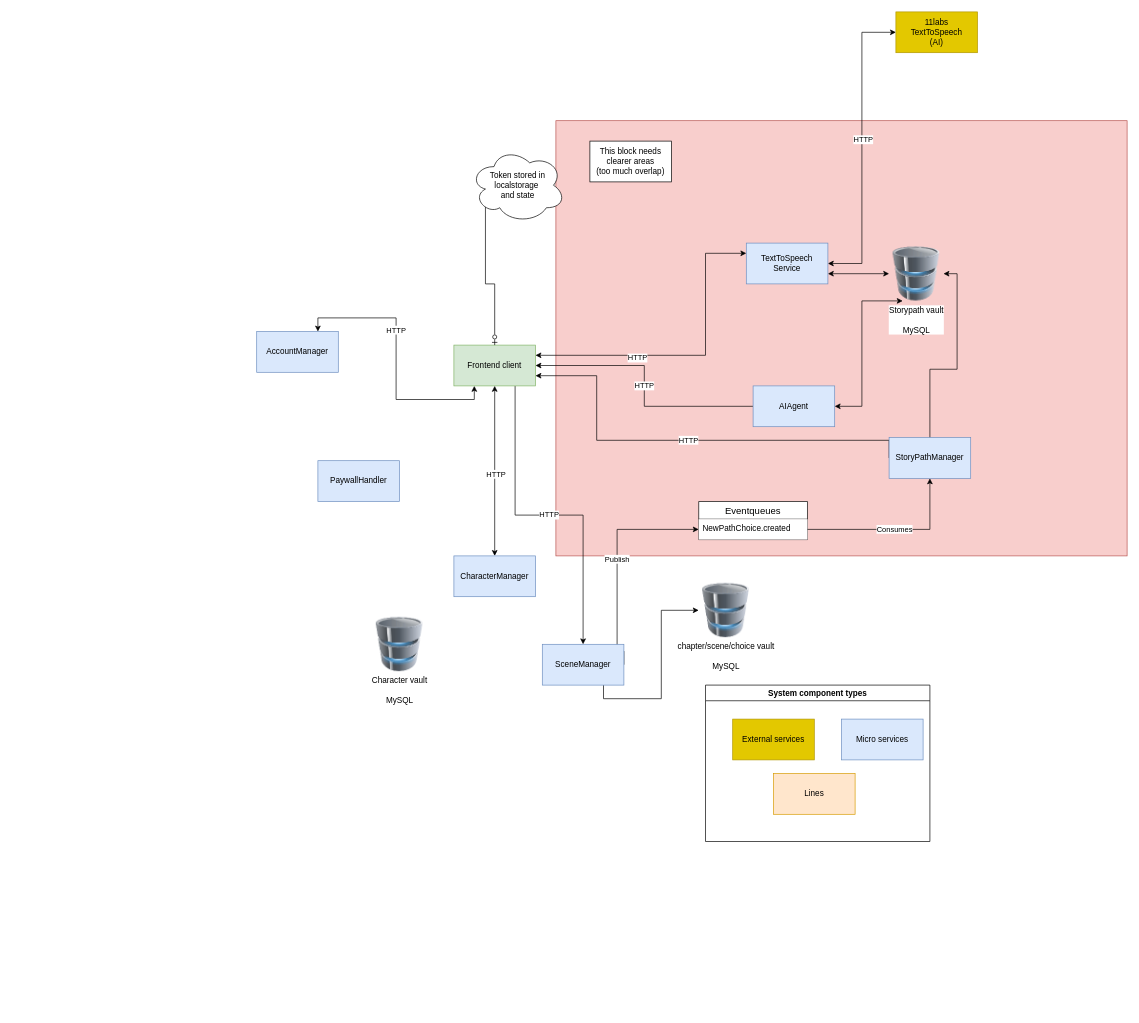
Above: architecture diagram.drawio in Grupp2B-Spam/RPG_Choose_Your_Fate_Sem2 (draw.io), before the change. Source tidied: cells renumbered, new cells numbered last; positions are measured from the earlier drawing's top-left corner, leaving out a move shared by most shapes. Both pictures are drawn from the tidied source at 68%, with x=0, y=0 at pixel (256, 12).
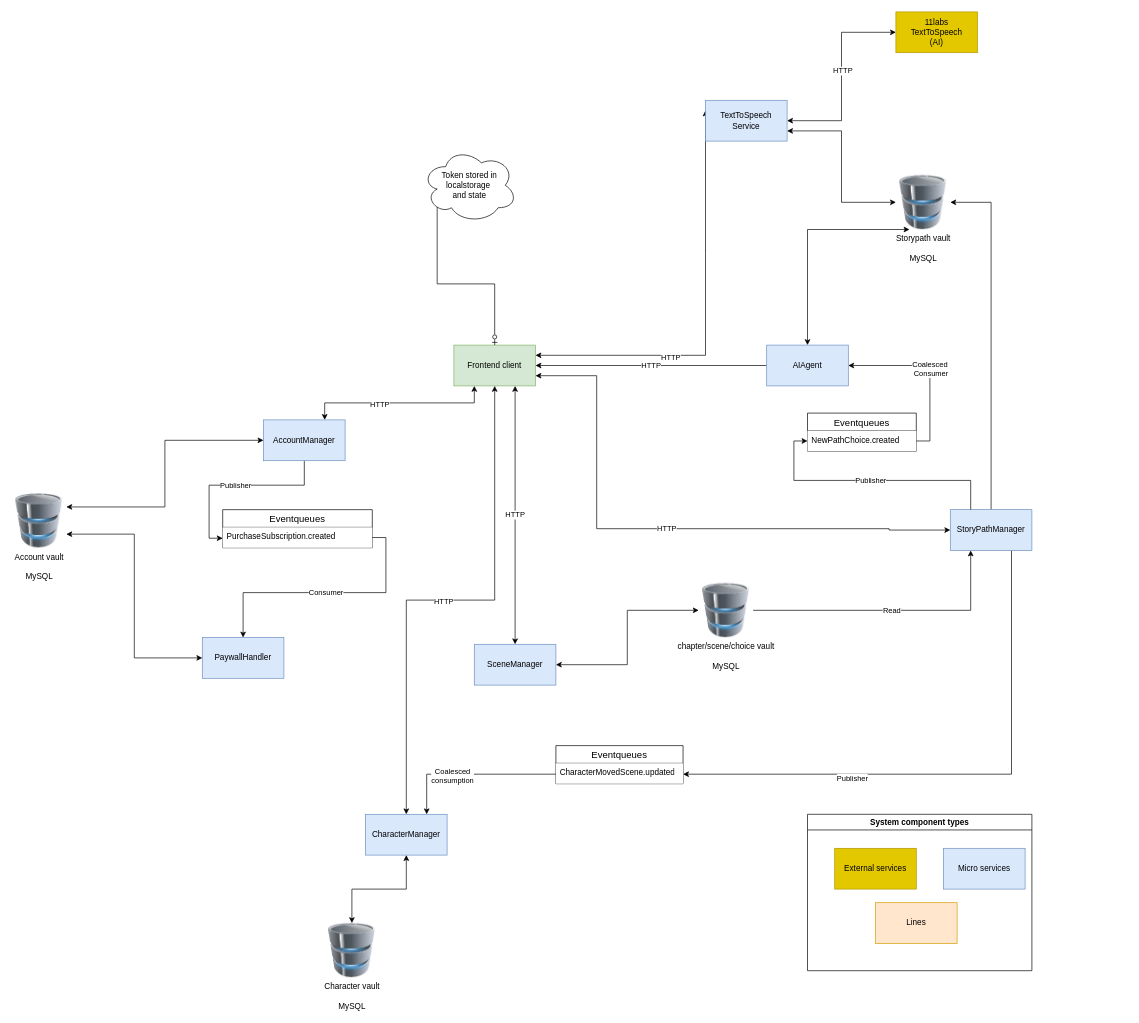
Above is the later version.

Unchanged cells that the change refers to:
```xml
<mxCell id="6" value="Frontend client" style="rounded=0;whiteSpace=wrap;html=1;fillColor=#d5e8d4;strokeColor=#82b366;" parent="1" vertex="1">
  <mxGeometry x="290" y="490" width="120" height="60" as="geometry" />
</mxCell>
<mxCell id="34" value="NewPathChoice.created" style="text;spacingLeft=4;spacingRight=4;overflow=hidden;points=[[0,0.5],[1,0.5]];portConstraint=eastwest;fontSize=12;whiteSpace=wrap;html=1;fillColor=default;" parent="33" vertex="1">
  <mxGeometry y="26" width="160" height="30" as="geometry" />
</mxCell>
```

The edit, as a diff of the source:
```diff
@@
-    <mxCell id="2" style="rounded=0;whiteSpace=wrap;html=1;fillColor=#f8cecc;strokeColor=#b85450;" parent="1" vertex="1">
-      <mxGeometry x="440" y="160" width="840" height="640" as="geometry" />
-    </mxCell>
@@
-    <mxCell id="5" value="HTTP" style="edgeStyle=orthogonalEdgeStyle;rounded=0;jettySize=auto;html=1;exitX=0.75;exitY=1;exitDx=0;exitDy=0;entryX=0.5;entryY=0;entryDx=0;entryDy=0;" parent="1" edge="1" source="6" target="17">
+    <mxCell id="5" value="HTTP" style="edgeStyle=orthogonalEdgeStyle;rounded=0;jettySize=auto;html=1;exitX=0.75;exitY=1;exitDx=0;exitDy=0;entryX=0.5;entryY=0;entryDx=0;entryDy=0;startArrow=classic;startFill=1;" parent="1" edge="1" source="6" target="17">
       <mxGeometry relative="1" as="geometry" />
     </mxCell>
@@
     <mxCell id="7" value="System component types" style="swimlane;whiteSpace=wrap;html=1;" parent="1" vertex="1">
-      <mxGeometry x="660" y="990" width="330" height="230" as="geometry" />
+      <mxGeometry x="810" y="1180" width="330" height="230" as="geometry" />
     </mxCell>
@@
+    <mxCell id="41" value="Publisher" style="edgeStyle=orthogonalEdgeStyle;rounded=0;jettySize=auto;html=1;exitX=0.5;exitY=1;exitDx=0;exitDy=0;entryX=0;entryY=0.75;entryDx=0;entryDy=0;" parent="1" edge="1" source="11" target="47">
+      <mxGeometry relative="1" as="geometry" />
+    </mxCell>
     <mxCell id="11" value="AccountManager" style="rounded=0;whiteSpace=wrap;html=1;fillColor=#dae8fc;strokeColor=#6c8ebf;" parent="1" vertex="1">
-      <mxGeometry y="470" width="120" height="60" as="geometry" />
+      <mxGeometry x="10" y="600" width="120" height="60" as="geometry" />
     </mxCell>
@@
     <mxCell id="14" value="CharacterManager" style="rounded=0;whiteSpace=wrap;html=1;fillColor=#dae8fc;strokeColor=#6c8ebf;" parent="1" vertex="1">
-      <mxGeometry x="290" y="800" width="120" height="60" as="geometry" />
+      <mxGeometry x="160" y="1180" width="120" height="60" as="geometry" />
     </mxCell>
-    <mxCell id="15" value="Publish" style="edgeStyle=orthogonalEdgeStyle;rounded=0;jettySize=auto;html=1;exitX=1;exitY=0.5;exitDx=0;exitDy=0;entryX=0;entryY=0.5;entryDx=0;entryDy=0;" parent="1" edge="1" source="17" target="34">
-      <mxGeometry relative="1" as="geometry">
-        <Array as="points">
-          <mxPoint x="530" y="940" />
-          <mxPoint x="530" y="761" />
-        </Array>
-      </mxGeometry>
-    </mxCell>
-    <mxCell id="16" style="edgeStyle=orthogonalEdgeStyle;rounded=0;jettySize=auto;html=1;exitX=0.75;exitY=1;exitDx=0;exitDy=0;entryX=0;entryY=0.5;entryDx=0;entryDy=0;" parent="1" edge="1" source="17" target="39">
+    <mxCell id="16" style="edgeStyle=orthogonalEdgeStyle;rounded=0;jettySize=auto;html=1;exitX=1;exitY=0.5;exitDx=0;exitDy=0;entryX=0;entryY=0.5;entryDx=0;entryDy=0;startArrow=classic;startFill=1;endArrow=classic;endFill=1;" parent="1" edge="1" source="17" target="39">
       <mxGeometry relative="1" as="geometry" />
     </mxCell>
     <mxCell id="17" value="SceneManager" style="rounded=0;whiteSpace=wrap;html=1;fillColor=#dae8fc;strokeColor=#6c8ebf;" parent="1" vertex="1">
-      <mxGeometry x="420" y="930" width="120" height="60" as="geometry" />
+      <mxGeometry x="320" y="930" width="120" height="60" as="geometry" />
     </mxCell>
@@
-    <mxCell id="19" value="HTTP" style="edgeStyle=orthogonalEdgeStyle;rounded=0;jettySize=auto;html=1;exitX=0;exitY=0.5;exitDx=0;exitDy=0;entryX=1;entryY=0.75;entryDx=0;entryDy=0;" parent="1" edge="1" source="20" target="6">
+    <mxCell id="19" value="HTTP" style="edgeStyle=orthogonalEdgeStyle;rounded=0;jettySize=auto;html=1;exitX=0;exitY=0.5;exitDx=0;exitDy=0;entryX=1;entryY=0.75;entryDx=0;entryDy=0;startArrow=classic;startFill=1;" parent="1" edge="1" source="20" target="6">
       <mxGeometry relative="1" as="geometry">
         <Array as="points">
-          <mxPoint x="500" y="630" />
+          <mxPoint x="930" y="762" />
+          <mxPoint x="930" y="760" />
+          <mxPoint x="500" y="760" />
           <mxPoint x="500" y="535" />
         </Array>
       </mxGeometry>
     </mxCell>
+    <mxCell id="42" value="Read" style="edgeStyle=orthogonalEdgeStyle;rounded=0;jettySize=auto;html=1;exitX=0.25;exitY=1;exitDx=0;exitDy=0;entryX=1;entryY=0.5;entryDx=0;entryDy=0;endArrow=none;endFill=0;startArrow=classic;startFill=1;" parent="1" edge="1" source="20" target="39">
+      <mxGeometry relative="1" as="geometry" />
+    </mxCell>
+    <mxCell id="43" style="edgeStyle=orthogonalEdgeStyle;rounded=0;jettySize=auto;html=1;exitX=0.75;exitY=1;exitDx=0;exitDy=0;entryX=1;entryY=0.75;entryDx=0;entryDy=0;" parent="1" edge="1" source="20" target="55">
+      <mxGeometry relative="1" as="geometry" />
+    </mxCell>
+    <mxCell id="44" value="Publisher" style="edgeLabel;html=1;align=center;verticalAlign=middle;" parent="43" vertex="1">
+      <mxGeometry x="0.39" y="5" relative="1" as="geometry" />
+    </mxCell>
     <mxCell id="20" value="StoryPathManager" style="rounded=0;whiteSpace=wrap;html=1;fillColor=#dae8fc;strokeColor=#6c8ebf;" parent="1" vertex="1">
-      <mxGeometry x="930" y="626" width="120" height="60" as="geometry" />
+      <mxGeometry x="1020" y="732" width="120" height="60" as="geometry" />
     </mxCell>
+    <mxCell id="45" style="edgeStyle=orthogonalEdgeStyle;rounded=0;jettySize=auto;html=1;exitX=0;exitY=0.5;exitDx=0;exitDy=0;entryX=1;entryY=0.75;entryDx=0;entryDy=0;startArrow=classic;startFill=1;" parent="1" edge="1" source="21" target="51">
+      <mxGeometry relative="1" as="geometry" />
+    </mxCell>
     <mxCell id="21" value="PaywallHandler" style="rounded=0;whiteSpace=wrap;html=1;fillColor=#dae8fc;strokeColor=#6c8ebf;" parent="1" vertex="1">
-      <mxGeometry x="90" y="660" width="120" height="60" as="geometry" />
+      <mxGeometry x="-80" y="920" width="120" height="60" as="geometry" />
     </mxCell>
-    <mxCell id="22" style="edgeStyle=orthogonalEdgeStyle;rounded=0;jettySize=auto;html=1;exitX=0.25;exitY=1;exitDx=0;exitDy=0;entryX=1;entryY=0.5;entryDx=0;entryDy=0;startArrow=classic;startFill=1;" parent="1" edge="1" source="23" target="36">
+    <mxCell id="22" style="edgeStyle=orthogonalEdgeStyle;rounded=0;jettySize=auto;html=1;exitX=0.25;exitY=1;exitDx=0;exitDy=0;startArrow=classic;startFill=1;entryX=0.5;entryY=0;entryDx=0;entryDy=0;" parent="1" edge="1" source="23" target="36">
       <mxGeometry relative="1" as="geometry">
         <Array as="points">
-          <mxPoint x="890" y="425" />
-          <mxPoint x="890" y="580" />
+          <mxPoint x="810" y="320" />
         </Array>
       </mxGeometry>
     </mxCell>
     <mxCell id="23" value="Storypath vault&lt;div&gt;&lt;br&gt;&lt;/div&gt;&lt;div&gt;MySQL&lt;/div&gt;" style="image;html=1;image=img/lib/clip_art/computers/Database_128x128.png;" parent="1" vertex="1">
-      <mxGeometry x="930" y="345" width="80" height="80" as="geometry" />
+      <mxGeometry x="940" y="240" width="80" height="80" as="geometry" />
     </mxCell>
@@
     <mxCell id="30" value="TextToSpeech Service" style="rounded=0;whiteSpace=wrap;html=1;fillColor=#dae8fc;strokeColor=#6c8ebf;" parent="1" vertex="1">
-      <mxGeometry x="720" y="340" width="120" height="60" as="geometry" />
+      <mxGeometry x="660" y="130" width="120" height="60" as="geometry" />
     </mxCell>
@@
     <mxCell id="32" value="Token stored in localstorage&amp;nbsp;&lt;div&gt;and state&lt;/div&gt;" style="ellipse;shape=cloud;whiteSpace=wrap;html=1;rounded=0;" parent="1" vertex="1">
-      <mxGeometry x="314" y="200" width="140" height="110" as="geometry" />
+      <mxGeometry x="243" y="200" width="140" height="110" as="geometry" />
     </mxCell>
     <mxCell id="33" value="Eventqueues" style="swimlane;fontStyle=0;horizontal=1;startSize=26;align=center;fontSize=14;" parent="1" vertex="1">
-      <mxGeometry x="650" y="720" width="160" height="56" as="geometry" />
+      <mxGeometry x="810" y="590" width="160" height="56" as="geometry" />
     </mxCell>
@@
     <mxCell id="36" value="AIAgent" style="rounded=0;whiteSpace=wrap;html=1;fillColor=#dae8fc;strokeColor=#6c8ebf;" parent="1" vertex="1">
-      <mxGeometry x="730" y="550" width="120" height="60" as="geometry" />
+      <mxGeometry x="750" y="490" width="120" height="60" as="geometry" />
     </mxCell>
+    <mxCell id="46" style="edgeStyle=orthogonalEdgeStyle;rounded=0;jettySize=auto;html=1;exitX=0.5;exitY=0;exitDx=0;exitDy=0;entryX=0.5;entryY=1;entryDx=0;entryDy=0;startArrow=classic;startFill=1;" parent="1" edge="1" source="37" target="14">
+      <mxGeometry relative="1" as="geometry" />
+    </mxCell>
     <mxCell id="37" value="Character vault&lt;div&gt;&lt;br&gt;&lt;/div&gt;&lt;div&gt;MySQL&lt;/div&gt;" style="image;html=1;image=img/lib/clip_art/computers/Database_128x128.png;" parent="1" vertex="1">
-      <mxGeometry x="170" y="890" width="80" height="80" as="geometry" />
+      <mxGeometry x="100" y="1340" width="80" height="80" as="geometry" />
     </mxCell>
+    <mxCell id="39" value="chapter/scene/choice vault&lt;div&gt;&lt;br&gt;&lt;/div&gt;&lt;div&gt;MySQL&lt;/div&gt;" style="image;html=1;image=img/lib/clip_art/computers/Database_128x128.png;" parent="1" vertex="1">
+      <mxGeometry x="650" y="840" width="80" height="80" as="geometry" />
+    </mxCell>
+    <mxCell id="47" value="Eventqueues" style="swimlane;fontStyle=0;horizontal=1;startSize=26;align=center;fontSize=14;" parent="1" vertex="1">
+      <mxGeometry x="-50" y="732" width="220" height="56" as="geometry" />
+    </mxCell>
+    <mxCell id="48" value="PurchaseSubscription.created" style="text;spacingLeft=4;spacingRight=4;overflow=hidden;points=[[0,0.5],[1,0.5]];portConstraint=eastwest;fontSize=12;whiteSpace=wrap;html=1;fillColor=default;" parent="47" vertex="1">
+      <mxGeometry y="26" width="220" height="30" as="geometry" />
+    </mxCell>
+    <mxCell id="49" value="Consumer" style="edgeStyle=orthogonalEdgeStyle;rounded=0;jettySize=auto;html=1;exitX=1;exitY=0.5;exitDx=0;exitDy=0;entryX=0.5;entryY=0;entryDx=0;entryDy=0;" parent="1" edge="1" source="48" target="21">
+      <mxGeometry relative="1" as="geometry" />
+    </mxCell>
+    <mxCell id="50" style="edgeStyle=orthogonalEdgeStyle;rounded=0;jettySize=auto;html=1;exitX=1;exitY=0.25;exitDx=0;exitDy=0;entryX=0;entryY=0.5;entryDx=0;entryDy=0;startArrow=classic;startFill=1;" parent="1" edge="1" source="51" target="11">
+      <mxGeometry relative="1" as="geometry" />
+    </mxCell>
+    <mxCell id="51" value="Account vault&lt;div&gt;&lt;br&gt;&lt;/div&gt;&lt;div&gt;MySQL&lt;/div&gt;" style="image;html=1;image=img/lib/clip_art/computers/Database_128x128.png;" parent="1" vertex="1">
+      <mxGeometry x="-360" y="708" width="80" height="80" as="geometry" />
+    </mxCell>
+    <mxCell id="52" value="Coalesced&lt;div&gt;&amp;nbsp;Consumer&lt;/div&gt;" style="edgeStyle=orthogonalEdgeStyle;rounded=0;jettySize=auto;html=1;exitX=1;exitY=0.5;exitDx=0;exitDy=0;entryX=1;entryY=0.5;entryDx=0;entryDy=0;" parent="1" edge="1" source="34" target="36">
+      <mxGeometry relative="1" as="geometry" />
+    </mxCell>
-    <mxCell id="38" value="Consumes" style="edgeStyle=orthogonalEdgeStyle;rounded=0;jettySize=auto;html=1;exitX=1;exitY=0.5;exitDx=0;exitDy=0;entryX=0.5;entryY=1;entryDx=0;entryDy=0;" parent="1" edge="1" source="34" target="20">
+    <mxCell id="38" value="Publisher" style="edgeStyle=orthogonalEdgeStyle;rounded=0;jettySize=auto;html=1;exitX=0;exitY=0.5;exitDx=0;exitDy=0;entryX=0.25;entryY=0;entryDx=0;entryDy=0;startArrow=classic;startFill=1;endArrow=none;endFill=0;" parent="1" edge="1" source="34" target="20">
       <mxGeometry relative="1" as="geometry" />
     </mxCell>
-    <mxCell id="39" value="chapter/scene/choice vault&lt;div&gt;&lt;br&gt;&lt;/div&gt;&lt;div&gt;MySQL&lt;/div&gt;" style="image;html=1;image=img/lib/clip_art/computers/Database_128x128.png;" parent="1" vertex="1">
-      <mxGeometry x="650" y="840" width="80" height="80" as="geometry" />
-    </mxCell>
-    <mxCell id="40" value="This block needs clearer areas&lt;div&gt;(too much overlap)&lt;/div&gt;" style="rounded=0;whiteSpace=wrap;html=1;" parent="1" vertex="1">
-      <mxGeometry x="490" y="190" width="120" height="60" as="geometry" />
-    </mxCell>
+    <mxCell id="53" style="edgeStyle=orthogonalEdgeStyle;rounded=0;jettySize=auto;html=1;exitX=0;exitY=0.75;exitDx=0;exitDy=0;entryX=0.75;entryY=0;entryDx=0;entryDy=0;" parent="1" edge="1" source="55" target="14">
+      <mxGeometry relative="1" as="geometry" />
+    </mxCell>
+    <mxCell id="54" value="Coalesced&lt;br&gt;consumption" style="edgeLabel;html=1;align=center;verticalAlign=middle;" parent="53" vertex="1">
+      <mxGeometry x="0.23" y="2" relative="1" as="geometry" />
+    </mxCell>
+    <mxCell id="55" value="Eventqueues" style="swimlane;fontStyle=0;horizontal=1;startSize=26;align=center;fontSize=14;" parent="1" vertex="1">
+      <mxGeometry x="440" y="1079" width="187" height="56" as="geometry" />
+    </mxCell>
+    <mxCell id="56" value="CharacterMovedScene.updated" style="text;spacingLeft=4;spacingRight=4;overflow=hidden;fontSize=12;whiteSpace=wrap;html=1;fillColor=default;" parent="55" vertex="1">
+      <mxGeometry y="26" width="187" height="30" as="geometry" />
+    </mxCell>
```
